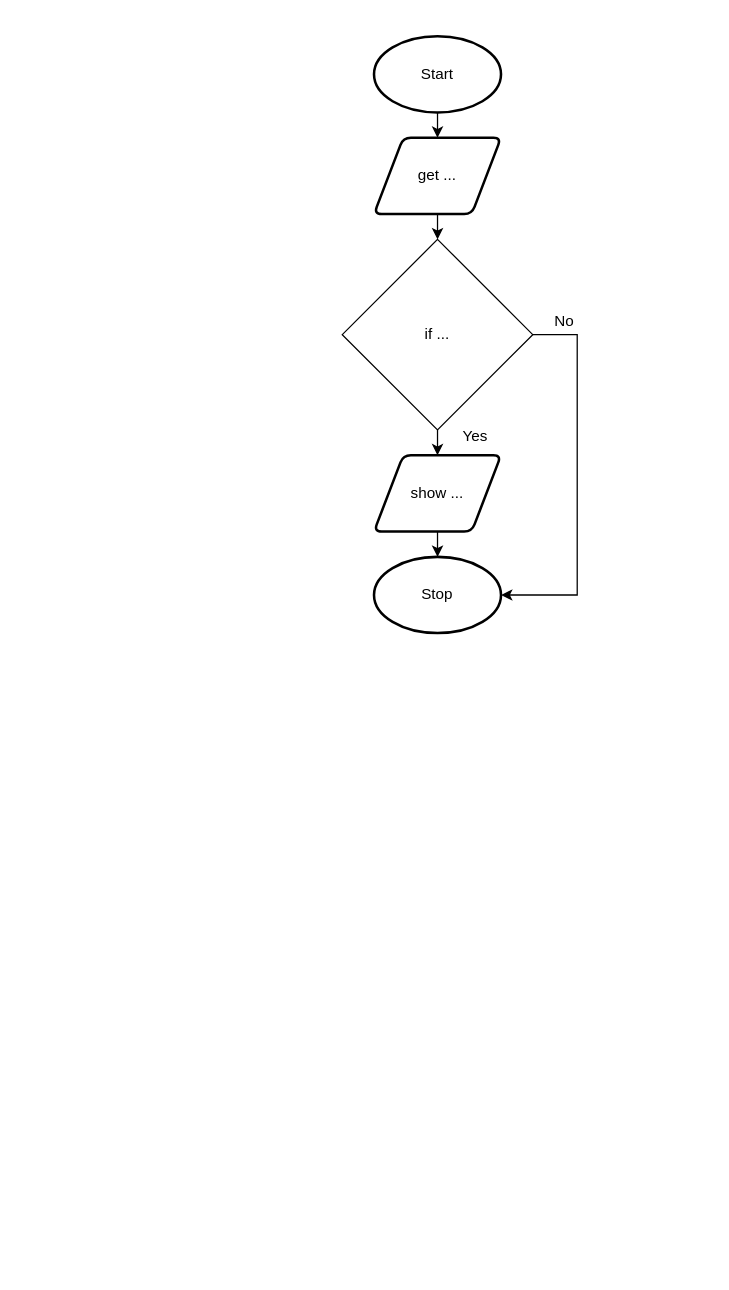
Before: drawio/flowchart/flowchart.drawio in Aidan-Lalonde-Novales/ICS3U-Unit4-03-Python, a draw.io diagram. Source tidied: cells renumbered, new cells numbered last; positions are measured from the earlier drawing's top-left corner, leaving out a move shared by most shapes. Both pictures are drawn from the tidied source at 127%, with x=0, y=0 at pixel (342, 36).
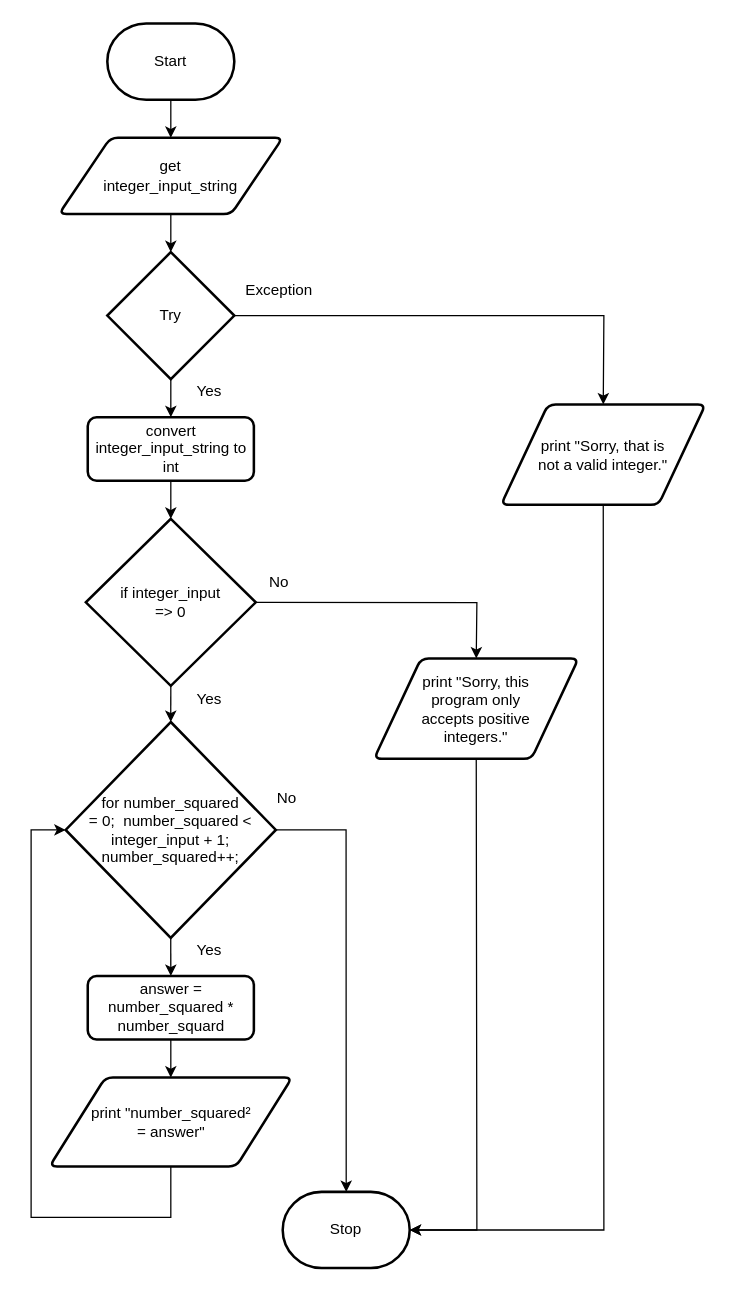
After the change.

Change to the diagram source:
```diff
@@
-    <mxCell id="2" style="edgeStyle=none;html=1;exitX=0.5;exitY=1;exitDx=0;exitDy=0;exitPerimeter=0;entryX=0.5;entryY=0;entryDx=0;entryDy=0;" parent="1" edge="1" source="3" target="5">
-      <mxGeometry relative="1" as="geometry" />
-    </mxCell>
+    <mxCell id="13" style="edgeStyle=none;rounded=0;html=1;exitX=0.5;exitY=1;exitDx=0;exitDy=0;exitPerimeter=0;entryX=0.5;entryY=0;entryDx=0;entryDy=0;" parent="1" edge="1" source="3" target="15">
+      <mxGeometry relative="1" as="geometry" />
+    </mxCell>
-    <mxCell id="3" value="Start" style="strokeWidth=2;html=1;shape=mxgraph.flowchart.start_1;whiteSpace=wrap;" parent="1" vertex="1">
-      <mxGeometry x="25" width="100" height="60" as="geometry" />
+    <mxCell id="3" value="Start" style="strokeWidth=2;html=1;shape=mxgraph.flowchart.terminator;whiteSpace=wrap;" parent="1" vertex="1">
+      <mxGeometry x="-185" y="-10" width="100" height="60" as="geometry" />
     </mxCell>
-    <mxCell id="4" style="edgeStyle=none;html=1;exitX=0.5;exitY=1;exitDx=0;exitDy=0;entryX=0.5;entryY=0;entryDx=0;entryDy=0;" parent="1" edge="1" source="5">
-      <mxGeometry relative="1" as="geometry">
-        <mxPoint x="75" y="160" as="targetPoint" />
-      </mxGeometry>
-    </mxCell>
-    <mxCell id="5" value="get ..." style="shape=parallelogram;html=1;strokeWidth=2;perimeter=parallelogramPerimeter;whiteSpace=wrap;rounded=1;arcSize=12;size=0.23;" parent="1" vertex="1">
-      <mxGeometry x="25" y="80" width="100" height="60" as="geometry" />
-    </mxCell>
-    <mxCell id="6" style="edgeStyle=none;html=1;exitX=0.5;exitY=1;exitDx=0;exitDy=0;entryX=0.5;entryY=0;entryDx=0;entryDy=0;entryPerimeter=0;" parent="1" edge="1" source="7" target="8">
-      <mxGeometry relative="1" as="geometry" />
-    </mxCell>
-    <mxCell id="7" value="show ..." style="shape=parallelogram;html=1;strokeWidth=2;perimeter=parallelogramPerimeter;whiteSpace=wrap;rounded=1;arcSize=12;size=0.23;" parent="1" vertex="1">
-      <mxGeometry x="25" y="330" width="100" height="60" as="geometry" />
-    </mxCell>
+    <mxCell id="14" style="edgeStyle=none;rounded=0;html=1;" parent="1" edge="1" source="15" target="23">
+      <mxGeometry relative="1" as="geometry" />
+    </mxCell>
+    <mxCell id="15" value="get&lt;br&gt;integer_input_string" style="shape=parallelogram;html=1;strokeWidth=2;perimeter=parallelogramPerimeter;whiteSpace=wrap;rounded=1;arcSize=12;size=0.23;" parent="1" vertex="1">
+      <mxGeometry x="-223.1" y="80" width="176.2" height="60" as="geometry" />
+    </mxCell>
-    <mxCell id="8" value="Stop" style="strokeWidth=2;html=1;shape=mxgraph.flowchart.start_1;whiteSpace=wrap;" parent="1" vertex="1">
-      <mxGeometry x="25" y="410" width="100" height="60" as="geometry" />
+    <mxCell id="8" value="Stop" style="strokeWidth=2;html=1;shape=mxgraph.flowchart.terminator;whiteSpace=wrap;" parent="1" vertex="1">
+      <mxGeometry x="-46.9" y="910" width="100" height="60" as="geometry" />
     </mxCell>
-    <mxCell id="9" style="edgeStyle=none;html=1;exitX=0.5;exitY=1;exitDx=0;exitDy=0;entryX=0.5;entryY=0;entryDx=0;entryDy=0;" parent="1" edge="1" source="11" target="7">
-      <mxGeometry relative="1" as="geometry" />
-    </mxCell>
-    <mxCell id="10" style="edgeStyle=none;html=1;exitX=1;exitY=0.5;exitDx=0;exitDy=0;entryX=1;entryY=0.5;entryDx=0;entryDy=0;entryPerimeter=0;rounded=0;" parent="1" edge="1" source="11" target="8">
-      <mxGeometry relative="1" as="geometry">
-        <Array as="points">
-          <mxPoint x="185" y="235" />
-          <mxPoint x="185" y="440" />
-        </Array>
-      </mxGeometry>
-    </mxCell>
-    <mxCell id="11" value="if ..." style="rhombus;whiteSpace=wrap;html=1;" parent="1" vertex="1">
-      <mxGeometry y="160" width="150" height="150" as="geometry" />
-    </mxCell>
-    <mxCell id="12" value="Yes" style="text;html=1;strokeColor=none;fillColor=none;align=center;verticalAlign=middle;whiteSpace=wrap;rounded=0;" parent="1" vertex="1">
-      <mxGeometry x="75" y="300" width="60" height="30" as="geometry" />
-    </mxCell>
-    <mxCell id="13" value="No" style="text;html=1;strokeColor=none;fillColor=none;align=center;verticalAlign=middle;whiteSpace=wrap;rounded=0;" parent="1" vertex="1">
-      <mxGeometry x="145" y="210" width="60" height="30" as="geometry" />
-    </mxCell>
+    <mxCell id="16" style="edgeStyle=none;html=1;exitX=0.5;exitY=1;exitDx=0;exitDy=0;exitPerimeter=0;entryX=0.5;entryY=0;entryDx=0;entryDy=0;" parent="1" edge="1" source="18" target="33">
+      <mxGeometry relative="1" as="geometry" />
+    </mxCell>
+    <mxCell id="17" style="edgeStyle=none;rounded=0;html=1;exitX=1;exitY=0.5;exitDx=0;exitDy=0;exitPerimeter=0;entryX=0.5;entryY=0;entryDx=0;entryDy=0;entryPerimeter=0;" parent="1" edge="1" source="18" target="8">
+      <mxGeometry relative="1" as="geometry">
+        <Array as="points">
+          <mxPoint x="3" y="625" />
+        </Array>
+      </mxGeometry>
+    </mxCell>
+    <mxCell id="18" value="for number_squared&lt;br&gt;= 0;&amp;nbsp; number_squared &amp;lt; integer_input + 1;&lt;br&gt;number_squared++;" style="strokeWidth=2;html=1;shape=mxgraph.flowchart.decision;whiteSpace=wrap;" parent="1" vertex="1">
+      <mxGeometry x="-217.8" y="540" width="165.5" height="170" as="geometry" />
+    </mxCell>
+    <mxCell id="19" style="edgeStyle=none;html=1;exitX=0.5;exitY=1;exitDx=0;exitDy=0;entryX=1;entryY=0.5;entryDx=0;entryDy=0;entryPerimeter=0;rounded=0;" parent="1" edge="1" source="20" target="8">
+      <mxGeometry relative="1" as="geometry">
+        <Array as="points">
+          <mxPoint x="206" y="940" />
+        </Array>
+      </mxGeometry>
+    </mxCell>
+    <mxCell id="20" value="print &quot;Sorry, that is&lt;br&gt;not a valid integer.&quot;" style="shape=parallelogram;html=1;strokeWidth=2;perimeter=parallelogramPerimeter;whiteSpace=wrap;rounded=1;arcSize=12;size=0.23;" parent="1" vertex="1">
+      <mxGeometry x="125" y="290" width="161" height="79" as="geometry" />
+    </mxCell>
+    <mxCell id="21" style="edgeStyle=none;html=1;entryX=0.5;entryY=0;entryDx=0;entryDy=0;rounded=0;" parent="1" edge="1" source="23" target="20">
+      <mxGeometry relative="1" as="geometry">
+        <Array as="points">
+          <mxPoint x="206" y="220" />
+        </Array>
+      </mxGeometry>
+    </mxCell>
+    <mxCell id="22" style="edgeStyle=none;rounded=0;html=1;" parent="1" edge="1" source="23" target="27">
+      <mxGeometry relative="1" as="geometry" />
+    </mxCell>
+    <mxCell id="23" value="Try" style="strokeWidth=2;html=1;shape=mxgraph.flowchart.decision;whiteSpace=wrap;" parent="1" vertex="1">
+      <mxGeometry x="-185" y="170" width="100" height="100" as="geometry" />
+    </mxCell>
+    <mxCell id="24" value="Yes&lt;br&gt;" style="text;html=1;align=center;verticalAlign=middle;strokeColor=none;fillColor=none;" parent="1" vertex="1">
+      <mxGeometry x="-125" y="511.5" width="40" height="20" as="geometry" />
+    </mxCell>
+    <mxCell id="25" value="Exception" style="text;html=1;align=center;verticalAlign=middle;strokeColor=none;fillColor=none;" parent="1" vertex="1">
+      <mxGeometry x="-85" y="190" width="70" height="20" as="geometry" />
+    </mxCell>
+    <mxCell id="26" style="edgeStyle=none;rounded=0;html=1;exitX=0.5;exitY=1;exitDx=0;exitDy=0;entryX=0.5;entryY=0;entryDx=0;entryDy=0;entryPerimeter=0;" parent="1" edge="1" source="27" target="36">
+      <mxGeometry relative="1" as="geometry" />
+    </mxCell>
+    <mxCell id="27" value="&lt;span&gt;convert integer_input_string to int&lt;/span&gt;" style="rounded=1;whiteSpace=wrap;html=1;absoluteArcSize=1;arcSize=14;strokeWidth=2;" parent="1" vertex="1">
+      <mxGeometry x="-200.4" y="300" width="130.8" height="50" as="geometry" />
+    </mxCell>
+    <mxCell id="28" value="print &quot;number_squared² &lt;br&gt;= answer&quot;" style="shape=parallelogram;html=1;strokeWidth=2;perimeter=parallelogramPerimeter;whiteSpace=wrap;rounded=1;arcSize=12;size=0.23;" parent="1" vertex="1">
+      <mxGeometry x="-230.5" y="820" width="191" height="70" as="geometry" />
+    </mxCell>
+    <mxCell id="29" value="No" style="text;html=1;align=center;verticalAlign=middle;strokeColor=none;fillColor=none;" parent="1" vertex="1">
+      <mxGeometry x="-65" y="420" width="30" height="20" as="geometry" />
+    </mxCell>
+    <mxCell id="30" value="Yes&lt;br&gt;" style="text;html=1;align=center;verticalAlign=middle;strokeColor=none;fillColor=none;" parent="1" vertex="1">
+      <mxGeometry x="-125" y="270" width="40" height="20" as="geometry" />
+    </mxCell>
+    <mxCell id="31" style="edgeStyle=none;html=1;entryX=0;entryY=0.5;entryDx=0;entryDy=0;entryPerimeter=0;rounded=0;exitX=0.5;exitY=1;exitDx=0;exitDy=0;" parent="1" edge="1" source="28" target="18">
+      <mxGeometry relative="1" as="geometry">
+        <Array as="points">
+          <mxPoint x="-135" y="930" />
+          <mxPoint x="-245" y="930" />
+          <mxPoint x="-245" y="830" />
+          <mxPoint x="-245" y="625" />
+        </Array>
+      </mxGeometry>
+    </mxCell>
+    <mxCell id="32" style="edgeStyle=none;rounded=0;html=1;exitX=0.5;exitY=1;exitDx=0;exitDy=0;entryX=0.5;entryY=0;entryDx=0;entryDy=0;" parent="1" edge="1" source="33" target="28">
+      <mxGeometry relative="1" as="geometry" />
+    </mxCell>
+    <mxCell id="33" value="answer = number_squared * number_squard" style="rounded=1;whiteSpace=wrap;html=1;absoluteArcSize=1;arcSize=14;strokeWidth=2;" parent="1" vertex="1">
+      <mxGeometry x="-200.4" y="740" width="130.8" height="50" as="geometry" />
+    </mxCell>
+    <mxCell id="34" style="edgeStyle=none;rounded=0;html=1;exitX=1;exitY=0.5;exitDx=0;exitDy=0;exitPerimeter=0;entryX=0.5;entryY=0;entryDx=0;entryDy=0;" parent="1" edge="1" source="36" target="38">
+      <mxGeometry relative="1" as="geometry">
+        <Array as="points">
+          <mxPoint x="106" y="446" />
+        </Array>
+      </mxGeometry>
+    </mxCell>
+    <mxCell id="35" style="edgeStyle=none;html=1;exitX=0.5;exitY=1;exitDx=0;exitDy=0;exitPerimeter=0;entryX=0.5;entryY=0;entryDx=0;entryDy=0;entryPerimeter=0;" parent="1" edge="1" source="36" target="18">
+      <mxGeometry relative="1" as="geometry" />
+    </mxCell>
+    <mxCell id="36" value="if integer_input&lt;br&gt;=&amp;gt; 0" style="strokeWidth=2;html=1;shape=mxgraph.flowchart.decision;whiteSpace=wrap;" parent="1" vertex="1">
+      <mxGeometry x="-201.9" y="380" width="133.8" height="131.5" as="geometry" />
+    </mxCell>
+    <mxCell id="37" style="edgeStyle=none;rounded=0;html=1;exitX=0.5;exitY=1;exitDx=0;exitDy=0;entryX=1;entryY=0.5;entryDx=0;entryDy=0;entryPerimeter=0;" parent="1" edge="1" source="38" target="8">
+      <mxGeometry relative="1" as="geometry">
+        <Array as="points">
+          <mxPoint x="106" y="940" />
+        </Array>
+      </mxGeometry>
+    </mxCell>
+    <mxCell id="38" value="print &quot;Sorry, this &lt;br&gt;program only &lt;br&gt;accepts positive &lt;br&gt;integers.&quot;" style="shape=parallelogram;html=1;strokeWidth=2;perimeter=parallelogramPerimeter;whiteSpace=wrap;rounded=1;arcSize=12;size=0.23;" parent="1" vertex="1">
+      <mxGeometry x="25" y="490" width="161" height="79" as="geometry" />
+    </mxCell>
+    <mxCell id="39" value="No" style="text;html=1;align=center;verticalAlign=middle;strokeColor=none;fillColor=none;" parent="1" vertex="1">
+      <mxGeometry x="-59.5" y="590" width="30" height="20" as="geometry" />
+    </mxCell>
+    <mxCell id="40" value="Yes&lt;br&gt;" style="text;html=1;align=center;verticalAlign=middle;strokeColor=none;fillColor=none;" parent="1" vertex="1">
+      <mxGeometry x="-125" y="710" width="40" height="20" as="geometry" />
+    </mxCell>
```
